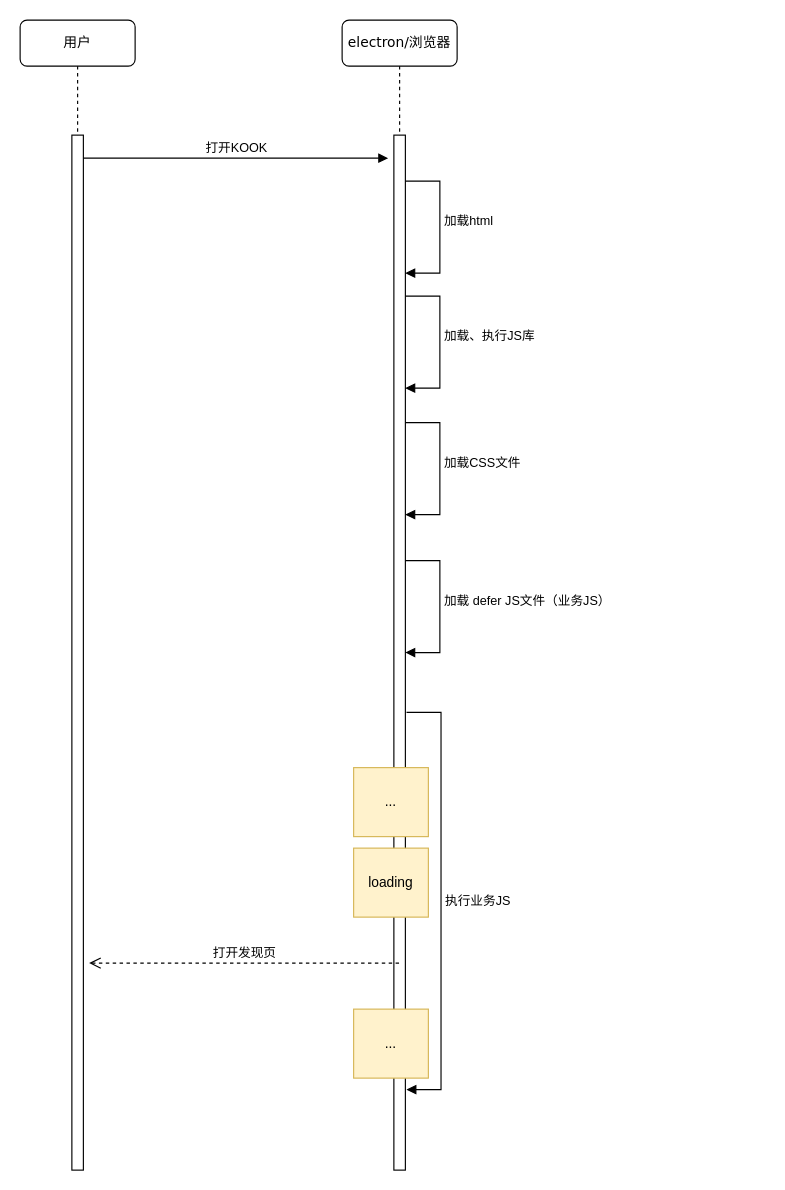
Earlier version of the draw.io diagram KOOK启动.drawio (ccccccp/draw-io). Source tidied: cells renumbered, new cells numbered last; positions are measured from the earlier drawing's top-left corner, leaving out a move shared by most shapes. Both pictures are drawn from the tidied source at 115%, with x=0, y=0 at pixel (20, 20).
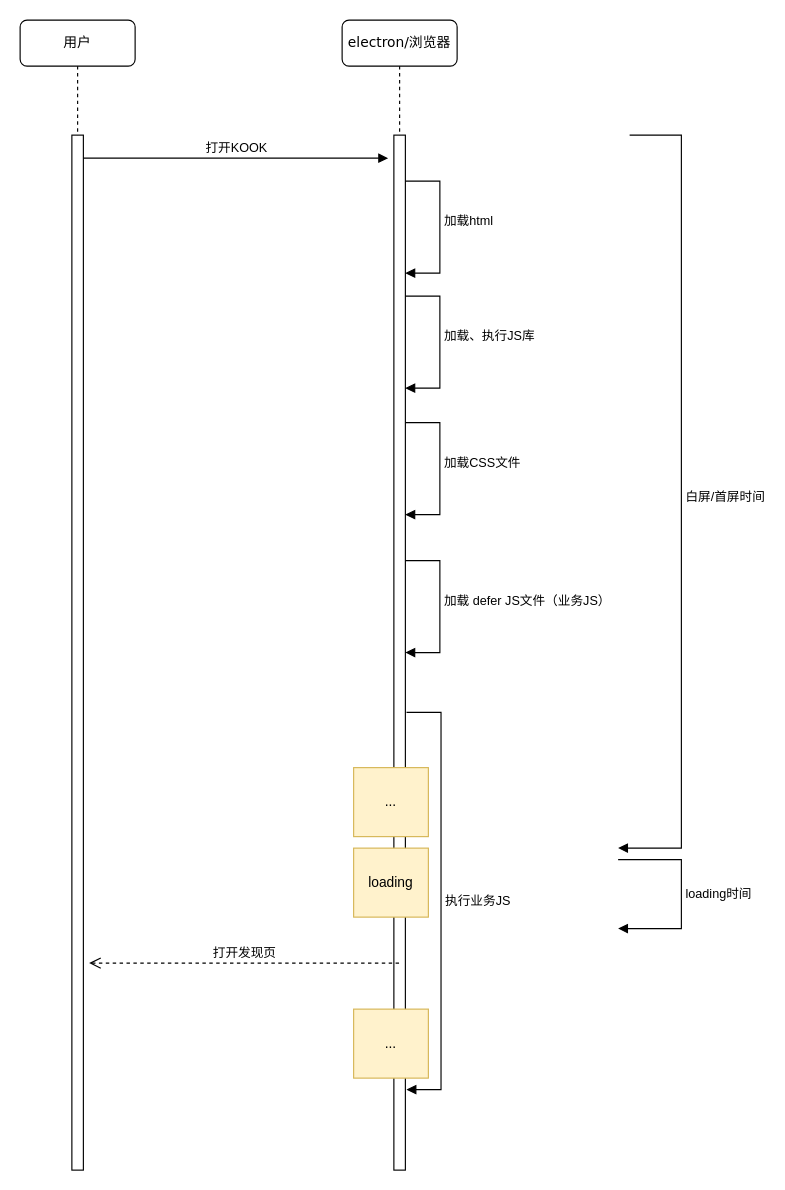
After the change.

Change to the diagram source:
```diff
@@
+    <mxCell id="16" value="白屏/首屏时间" style="html=1;align=left;spacingLeft=2;endArrow=block;rounded=0;edgeStyle=orthogonalEdgeStyle;curved=0;rounded=0;" parent="1" edge="1">
+      <mxGeometry relative="1" as="geometry">
+        <mxPoint x="530" y="100" as="sourcePoint" />
+        <mxPoint x="520" y="720" as="targetPoint" />
+        <Array as="points">
+          <mxPoint x="575" y="100" />
+          <mxPoint x="575" y="720" />
+          <mxPoint x="545" y="720" />
+        </Array>
+      </mxGeometry>
+    </mxCell>
+    <mxCell id="17" value="loading时间" style="html=1;align=left;spacingLeft=2;endArrow=block;rounded=0;edgeStyle=orthogonalEdgeStyle;curved=0;rounded=0;" parent="1" edge="1">
+      <mxGeometry relative="1" as="geometry">
+        <mxPoint x="520" y="730" as="sourcePoint" />
+        <mxPoint x="520" y="790" as="targetPoint" />
+        <Array as="points">
+          <mxPoint x="575" y="730" />
+          <mxPoint x="575" y="790" />
+        </Array>
+      </mxGeometry>
+    </mxCell>
```
